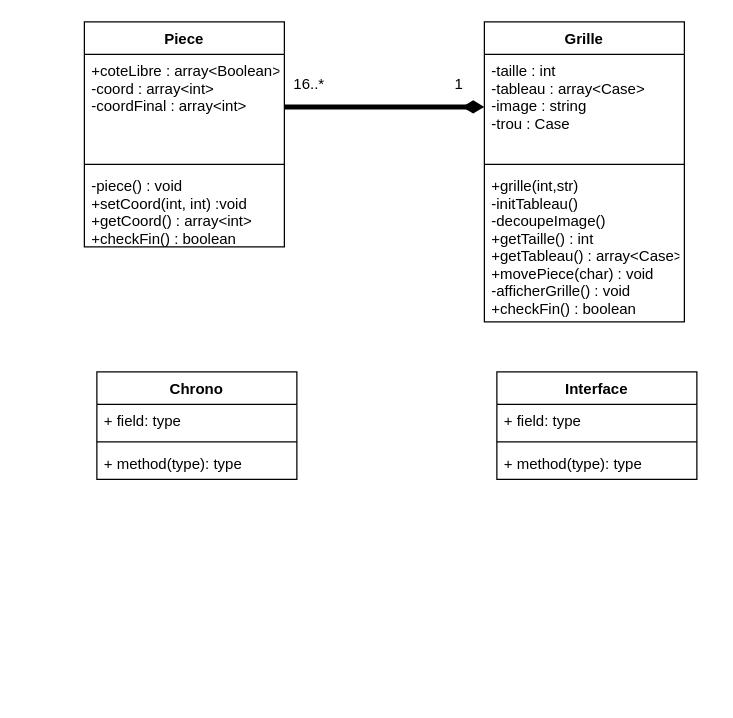
tiphainewo/Projet-Taquin keeps this draw.io diagram as Diagramme_Classes.drawio. Above is the earlier version. Source tidied: cells renumbered, new cells numbered last; positions are measured from the earlier drawing's top-left corner, leaving out a move shared by most shapes. Both pictures are drawn from the tidied source at 125%, with x=0, y=0 at pixel (84, 21).
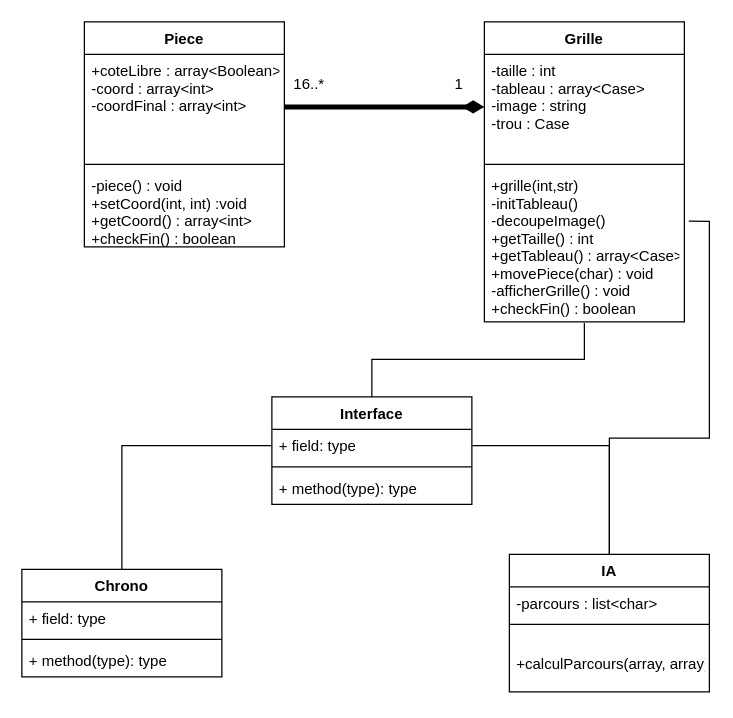
The same page after the edit.

Unchanged cells that the change refers to:
```xml
<mxCell id="9" value="+grille(int,str)&#10;-initTableau()&#10;-decoupeImage()&#10;+getTaille() : int&#10;+getTableau() : array&lt;Case&gt;&#10;+movePiece(char) : void&#10;-afficherGrille() : void&#10;+checkFin() : boolean" style="text;strokeColor=none;fillColor=none;align=left;verticalAlign=top;spacingLeft=4;spacingRight=4;overflow=hidden;points=[[0,0.5],[1,0.5]];portConstraint=eastwest;" parent="6" vertex="1">
  <mxGeometry y="118" width="160" height="122" as="geometry" />
</mxCell>
<mxCell id="18" value="+ field: type" style="text;strokeColor=none;fillColor=none;align=left;verticalAlign=top;spacingLeft=4;spacingRight=4;overflow=hidden;points=[[0,0.5],[1,0.5]];portConstraint=eastwest;" parent="17" vertex="1">
  <mxGeometry y="26" width="160" height="26" as="geometry" />
</mxCell>
```

Diff of the diagram source:
```diff
@@
-    <mxCell id="2" value="Chrono" style="swimlane;fontStyle=1;align=center;verticalAlign=top;horizontal=1;startSize=26;glass=0;" parent="1" vertex="1">
-      <mxGeometry x="10" y="280" width="160" height="86" as="geometry" />
-    </mxCell>
-    <mxCell id="3" value="+ field: type" style="text;strokeColor=none;fillColor=none;align=left;verticalAlign=top;spacingLeft=4;spacingRight=4;overflow=hidden;" parent="2" vertex="1">
-      <mxGeometry y="26" width="160" height="26" as="geometry" />
-    </mxCell>
-    <mxCell id="4" style="line;strokeWidth=1;fillColor=none;align=left;verticalAlign=middle;spacingTop=-1;spacingLeft=3;spacingRight=3;labelPosition=right;" parent="2" vertex="1">
-      <mxGeometry y="52" width="160" height="8" as="geometry" />
-    </mxCell>
-    <mxCell id="5" value="+ method(type): type" style="text;strokeColor=none;fillColor=none;align=left;verticalAlign=top;spacingLeft=4;spacingRight=4;overflow=hidden;" parent="2" vertex="1">
-      <mxGeometry y="60" width="160" height="26" as="geometry" />
-    </mxCell>
@@
+    <mxCell id="21" style="edgeStyle=orthogonalEdgeStyle;rounded=0;jettySize=auto;html=1;entryX=0.5;entryY=1.008;entryDx=0;entryDy=0;entryPerimeter=0;endArrow=none;endFill=0;" parent="1" edge="1" source="17" target="9">
+      <mxGeometry relative="1" as="geometry" />
+    </mxCell>
     <mxCell id="17" value="Interface" style="swimlane;fontStyle=1;align=center;verticalAlign=top;horizontal=1;startSize=26;" parent="1" vertex="1">
-      <mxGeometry x="330" y="280" width="160" height="86" as="geometry" />
+      <mxGeometry x="150" y="300" width="160" height="86" as="geometry" />
     </mxCell>
@@
+    <mxCell id="22" style="edgeStyle=orthogonalEdgeStyle;rounded=0;jettySize=auto;html=1;entryX=1;entryY=0.5;entryDx=0;entryDy=0;endArrow=none;endFill=0;" parent="1" edge="1" source="24" target="18">
+      <mxGeometry relative="1" as="geometry" />
+    </mxCell>
+    <mxCell id="23" style="edgeStyle=orthogonalEdgeStyle;rounded=0;jettySize=auto;html=1;entryX=1.022;entryY=0.34;entryDx=0;entryDy=0;entryPerimeter=0;endArrow=none;endFill=0;" parent="1" edge="1" source="24" target="9">
+      <mxGeometry relative="1" as="geometry" />
+    </mxCell>
+    <mxCell id="24" value="IA" style="swimlane;fontStyle=1;align=center;verticalAlign=top;horizontal=1;startSize=26;" parent="1" vertex="1">
+      <mxGeometry x="340" y="426" width="160" height="110" as="geometry" />
+    </mxCell>
+    <mxCell id="25" value="-parcours : list&lt;char&gt;" style="text;strokeColor=none;fillColor=none;align=left;verticalAlign=top;spacingLeft=4;spacingRight=4;overflow=hidden;" parent="24" vertex="1">
+      <mxGeometry y="26" width="160" height="26" as="geometry" />
+    </mxCell>
+    <mxCell id="26" style="line;strokeWidth=1;fillColor=none;align=left;verticalAlign=middle;spacingTop=-1;spacingLeft=3;spacingRight=3;labelPosition=right;" parent="24" vertex="1">
+      <mxGeometry y="52" width="160" height="8" as="geometry" />
+    </mxCell>
+    <mxCell id="27" value="&#10;+calculParcours(array, array)" style="text;strokeColor=none;fillColor=none;align=left;verticalAlign=top;spacingLeft=4;spacingRight=4;overflow=hidden;" parent="24" vertex="1">
+      <mxGeometry y="60" width="160" height="50" as="geometry" />
+    </mxCell>
+    <mxCell id="28" style="edgeStyle=orthogonalEdgeStyle;rounded=0;jettySize=auto;html=1;entryX=0;entryY=0.5;entryDx=0;entryDy=0;endArrow=none;endFill=0;" parent="1" edge="1" source="2" target="18">
+      <mxGeometry relative="1" as="geometry" />
+    </mxCell>
+    <mxCell id="2" value="Chrono" style="swimlane;fontStyle=1;align=center;verticalAlign=top;horizontal=1;startSize=26;glass=0;" parent="1" vertex="1">
+      <mxGeometry x="-50" y="438" width="160" height="86" as="geometry" />
+    </mxCell>
+    <mxCell id="3" value="+ field: type" style="text;strokeColor=none;fillColor=none;align=left;verticalAlign=top;spacingLeft=4;spacingRight=4;overflow=hidden;" parent="2" vertex="1">
+      <mxGeometry y="26" width="160" height="26" as="geometry" />
+    </mxCell>
+    <mxCell id="4" style="line;strokeWidth=1;fillColor=none;align=left;verticalAlign=middle;spacingTop=-1;spacingLeft=3;spacingRight=3;labelPosition=right;" parent="2" vertex="1">
+      <mxGeometry y="52" width="160" height="8" as="geometry" />
+    </mxCell>
+    <mxCell id="5" value="+ method(type): type" style="text;strokeColor=none;fillColor=none;align=left;verticalAlign=top;spacingLeft=4;spacingRight=4;overflow=hidden;" parent="2" vertex="1">
+      <mxGeometry y="60" width="160" height="26" as="geometry" />
+    </mxCell>
```
